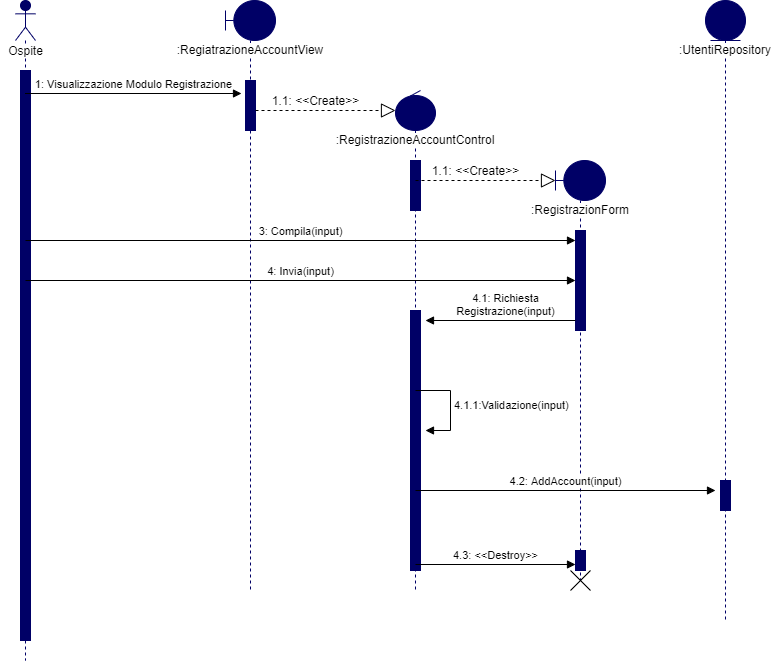
Above: Documenti/RAD/Sequence Diagram/Registrazione/Registrazione SD (fixed).png in Givaa/MedQueue (draw.io), before the change. Source tidied: cells renumbered, new cells last; positions are measured from the earlier drawing's top-left corner, leaving out a move shared by most shapes. Source of this version:
```xml
<mxGraphModel>
  <root>
    <mxCell id="0" />
    <mxCell id="1" parent="0" />
    <mxCell id="2" style="shape=umlLifeline;participant=umlActor;perimeter=lifelinePerimeter;whiteSpace=wrap;html=1;verticalAlign=top;spacingTop=36;outlineConnect=0;strokeColor=#000066;fillColor=#000066;" parent="1" vertex="1">
      <mxGeometry x="15" width="20" height="660" as="geometry" />
    </mxCell>
    <mxCell id="3" style="html=1;perimeter=orthogonalPerimeter;strokeColor=#000066;fillColor=#000066;" parent="2" vertex="1">
      <mxGeometry x="5" y="70" width="10" height="570" as="geometry" />
    </mxCell>
    <mxCell id="4" value="&lt;span style=&quot;background-color: rgb(255 , 255 , 255)&quot;&gt;Ospite&lt;/span&gt;" style="text;html=1;align=center;verticalAlign=middle;" parent="1" vertex="1">
      <mxGeometry y="40" width="50" height="20" as="geometry" />
    </mxCell>
    <mxCell id="5" value="1: Visualizzazione Modulo Registrazione" style="html=1;verticalAlign=bottom;endArrow=block;entryX=-0.4;entryY=0.26;entryDx=0;entryDy=0;entryPerimeter=0;" parent="1" edge="1" source="2" target="7">
      <mxGeometry relative="1" as="geometry" />
    </mxCell>
    <mxCell id="6" value="&lt;span style=&quot;background-color: rgb(255 , 255 , 255)&quot;&gt;:RegiatrazioneAccountView&lt;/span&gt;" style="shape=umlLifeline;participant=umlBoundary;perimeter=lifelinePerimeter;whiteSpace=wrap;html=1;verticalAlign=top;spacingTop=36;strokeColor=#000066;fillColor=#000066;" parent="1" vertex="1">
      <mxGeometry x="225" width="50" height="590" as="geometry" />
    </mxCell>
    <mxCell id="7" style="html=1;points=[];perimeter=orthogonalPerimeter;strokeColor=#000066;fillColor=#000066;" parent="6" vertex="1">
      <mxGeometry x="20" y="80" width="10" height="50" as="geometry" />
    </mxCell>
    <mxCell id="8" style="endArrow=block;dashed=1;endFill=0;endSize=12;html=1;" parent="1" edge="1">
      <mxGeometry relative="1" as="geometry">
        <mxPoint x="255" y="110" as="sourcePoint" />
        <mxPoint x="395" y="110" as="targetPoint" />
      </mxGeometry>
    </mxCell>
    <mxCell id="9" value="1.1: &amp;lt;&amp;lt;Create&amp;gt;&amp;gt;" style="text;html=1;align=center;verticalAlign=middle;" parent="1" vertex="1">
      <mxGeometry x="265" y="90" width="100" height="20" as="geometry" />
    </mxCell>
    <mxCell id="10" value="&lt;span style=&quot;background-color: rgb(255 , 255 , 255)&quot;&gt;:RegistrazioneAccountControl&lt;/span&gt;" style="shape=umlLifeline;participant=umlControl;perimeter=lifelinePerimeter;whiteSpace=wrap;html=1;verticalAlign=top;spacingTop=36;strokeColor=#000066;fillColor=#000066;" parent="1" vertex="1">
      <mxGeometry x="395" y="90" width="40" height="500" as="geometry" />
    </mxCell>
    <mxCell id="11" style="html=1;perimeter=orthogonalPerimeter;strokeColor=#000066;fillColor=#000066;" parent="10" vertex="1">
      <mxGeometry x="15" y="70" width="10" height="50" as="geometry" />
    </mxCell>
    <mxCell id="12" style="html=1;perimeter=orthogonalPerimeter;strokeColor=#000066;fillColor=#000066;" parent="10" vertex="1">
      <mxGeometry x="15" y="220" width="10" height="260" as="geometry" />
    </mxCell>
    <mxCell id="13" style="endArrow=block;dashed=1;endFill=0;endSize=12;html=1;" parent="1" edge="1">
      <mxGeometry relative="1" as="geometry">
        <mxPoint x="415" y="180" as="sourcePoint" />
        <mxPoint x="555" y="180" as="targetPoint" />
      </mxGeometry>
    </mxCell>
    <mxCell id="14" value="1.1: &amp;lt;&amp;lt;Create&amp;gt;&amp;gt;" style="text;html=1;align=center;verticalAlign=middle;" parent="1" vertex="1">
      <mxGeometry x="425" y="160" width="100" height="20" as="geometry" />
    </mxCell>
    <mxCell id="15" value="&lt;span style=&quot;background-color: rgb(255 , 255 , 255)&quot;&gt;:RegistrazionForm&lt;/span&gt;" style="shape=umlLifeline;participant=umlBoundary;perimeter=lifelinePerimeter;whiteSpace=wrap;html=1;verticalAlign=top;spacingTop=36;strokeColor=#000066;fillColor=#000066;" parent="1" vertex="1">
      <mxGeometry x="555" y="160" width="50" height="420" as="geometry" />
    </mxCell>
    <mxCell id="16" style="html=1;points=[];perimeter=orthogonalPerimeter;strokeColor=#000066;fillColor=#000066;" parent="15" vertex="1">
      <mxGeometry x="20" y="390" width="10" height="20" as="geometry" />
    </mxCell>
    <mxCell id="17" style="shape=umlDestroy;fillColor=#000066;gradientColor=none;" parent="15" vertex="1">
      <mxGeometry x="15" y="410" width="20" height="20" as="geometry" />
    </mxCell>
    <mxCell id="18" style="html=1;perimeter=orthogonalPerimeter;strokeColor=#000066;fillColor=#000066;" parent="1" vertex="1">
      <mxGeometry x="575" y="230" width="10" height="100" as="geometry" />
    </mxCell>
    <mxCell id="19" value="3: Compila(input)" style="html=1;verticalAlign=bottom;endArrow=block;" parent="1" edge="1">
      <mxGeometry relative="1" as="geometry">
        <mxPoint x="25" y="240" as="sourcePoint" />
        <mxPoint x="575" y="240" as="targetPoint" />
      </mxGeometry>
    </mxCell>
    <mxCell id="20" value="4: Invia(input)" style="html=1;verticalAlign=bottom;endArrow=block;" parent="1" edge="1">
      <mxGeometry relative="1" as="geometry">
        <mxPoint x="25" y="280" as="sourcePoint" />
        <mxPoint x="575" y="280" as="targetPoint" />
      </mxGeometry>
    </mxCell>
    <mxCell id="21" value="4.1: Richiesta&lt;br&gt;Registrazione(input)" style="html=1;verticalAlign=bottom;endArrow=block;" parent="1" edge="1">
      <mxGeometry x="-0.07" relative="1" as="geometry">
        <mxPoint x="575" y="320" as="sourcePoint" />
        <mxPoint x="425" y="320" as="targetPoint" />
      </mxGeometry>
    </mxCell>
    <mxCell id="22" value="4.1.1:Validazione(input)" style="edgeStyle=orthogonalEdgeStyle;html=1;align=left;spacingLeft=2;endArrow=block;rounded=0;" parent="1" edge="1">
      <mxGeometry relative="1" as="geometry">
        <mxPoint x="415" y="390" as="sourcePoint" />
        <mxPoint x="425" y="430" as="targetPoint" />
        <Array as="points">
          <mxPoint x="450" y="390" />
          <mxPoint x="450" y="430" />
        </Array>
      </mxGeometry>
    </mxCell>
    <mxCell id="23" value="4.2: AddAccount(input)" style="html=1;verticalAlign=bottom;endArrow=block;" parent="1" edge="1">
      <mxGeometry relative="1" as="geometry">
        <mxPoint x="415" y="490" as="sourcePoint" />
        <mxPoint x="715" y="490" as="targetPoint" />
      </mxGeometry>
    </mxCell>
    <mxCell id="24" value="&lt;span style=&quot;background-color: rgb(255 , 255 , 255)&quot;&gt;:UtentiRepository&lt;/span&gt;" style="shape=umlLifeline;participant=umlEntity;perimeter=lifelinePerimeter;whiteSpace=wrap;html=1;verticalAlign=top;spacingTop=36;strokeColor=#000066;fillColor=#000066;" parent="1" vertex="1">
      <mxGeometry x="705" width="40" height="620" as="geometry" />
    </mxCell>
    <mxCell id="25" style="html=1;perimeter=orthogonalPerimeter;strokeColor=#000066;fillColor=#000066;gradientColor=none;" parent="24" vertex="1">
      <mxGeometry x="15" y="480" width="10" height="30" as="geometry" />
    </mxCell>
    <mxCell id="26" value="4.3: &amp;lt;&amp;lt;Destroy&amp;gt;&amp;gt;" style="html=1;verticalAlign=bottom;endArrow=block;" parent="1" edge="1" target="16">
      <mxGeometry relative="1" as="geometry">
        <mxPoint x="415" y="564" as="sourcePoint" />
      </mxGeometry>
    </mxCell>
  </root>
</mxGraphModel>
```
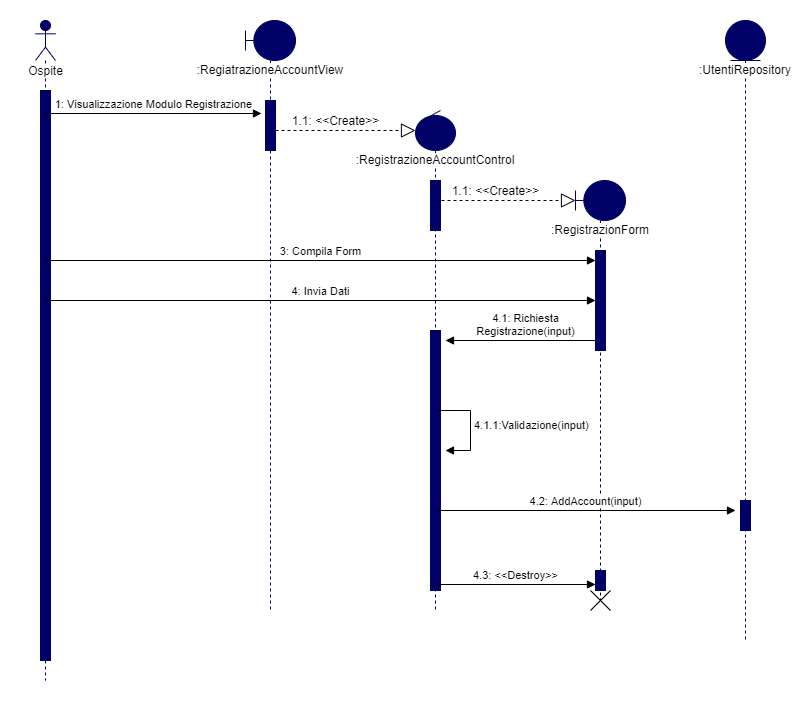
The same file after the commit.

Diff of the diagram source:
```diff
@@ -59,13 +59,13 @@
     <mxCell id="18" style="html=1;perimeter=orthogonalPerimeter;strokeColor=#000066;fillColor=#000066;" parent="1" vertex="1">
       <mxGeometry x="575" y="230" width="10" height="100" as="geometry" />
     </mxCell>
-    <mxCell id="19" value="3: Compila(input)" style="html=1;verticalAlign=bottom;endArrow=block;" parent="1" edge="1">
+    <mxCell id="19" value="3: Compila Form" style="html=1;verticalAlign=bottom;endArrow=block;" parent="1" edge="1">
       <mxGeometry relative="1" as="geometry">
         <mxPoint x="25" y="240" as="sourcePoint" />
         <mxPoint x="575" y="240" as="targetPoint" />
       </mxGeometry>
     </mxCell>
-    <mxCell id="20" value="4: Invia(input)" style="html=1;verticalAlign=bottom;endArrow=block;" parent="1" edge="1">
+    <mxCell id="20" value="4: Invia Dati" style="html=1;verticalAlign=bottom;endArrow=block;" parent="1" edge="1">
       <mxGeometry relative="1" as="geometry">
         <mxPoint x="25" y="280" as="sourcePoint" />
         <mxPoint x="575" y="280" as="targetPoint" />
```
